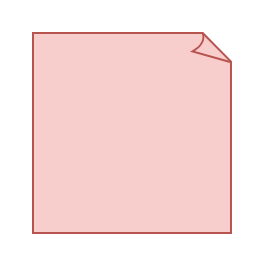
Earlier version of the draw.io diagram post-it-test.drawio (steffens/20201031_test). Source tidied: cells renumbered, new cells numbered last; positions are measured from the earlier drawing's top-left corner, leaving out a move shared by most shapes. Both pictures are drawn from the tidied source at 200%, with x=0, y=0 at pixel (32, 32).
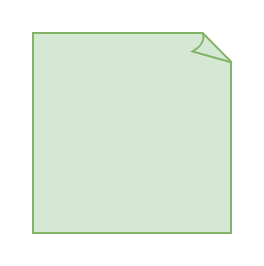
The same page after the edit.

The edit, as a diff of the source:
```diff
@@
 <mxGraphModel>
   <root>
     <mxCell id="0" />
     <mxCell id="1" parent="0" />
-    <mxCell id="2" style="whiteSpace=wrap;html=1;shape=mxgraph.basic.document;fillColor=#f8cecc;strokeColor=#b85450;" parent="1" vertex="1">
+    <mxCell id="2" style="whiteSpace=wrap;html=1;shape=mxgraph.basic.document;fillColor=#d5e8d4;strokeColor=#82b366;" parent="1" vertex="1">
       <mxGeometry width="100" height="100" as="geometry" />
     </mxCell>
   </root>
 </mxGraphModel>
```
